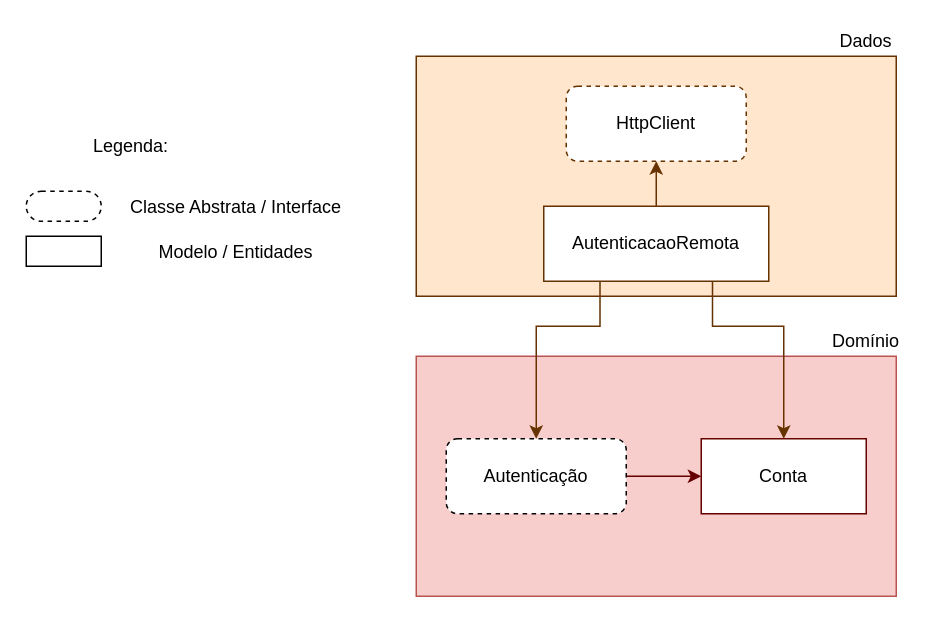
Above: requisitos/Questionario - Flutter.drawio in brunopenha/questionario_flutter (draw.io), before the change. Source tidied: cells renumbered, new cells numbered last; positions are measured from the earlier drawing's top-left corner, leaving out a move shared by most shapes. Both pictures are drawn from the tidied source at 150%, with x=0, y=0 at pixel (26, 26).
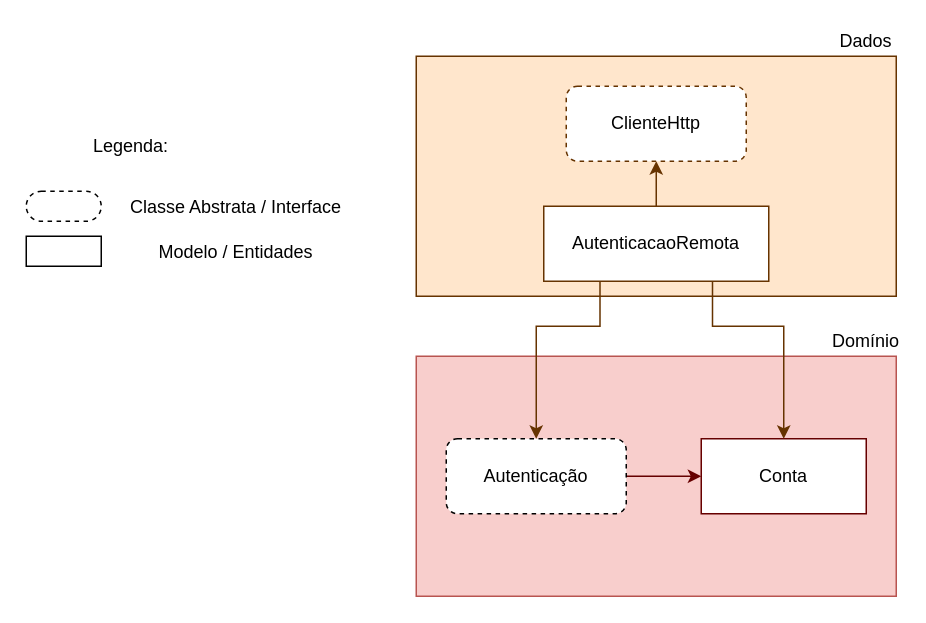
Above is the later version.

Change to the diagram source:
```diff
@@
-    <mxCell id="19" value="HttpClient" style="text;html=1;strokeColor=none;fillColor=none;align=center;verticalAlign=middle;whiteSpace=wrap;rounded=0;" parent="1" vertex="1">
+    <mxCell id="19" value="ClienteHttp" style="text;html=1;strokeColor=none;fillColor=none;align=center;verticalAlign=middle;whiteSpace=wrap;rounded=0;" parent="1" vertex="1">
       <mxGeometry x="400" y="55" width="40" height="20" as="geometry" />
     </mxCell>
```
